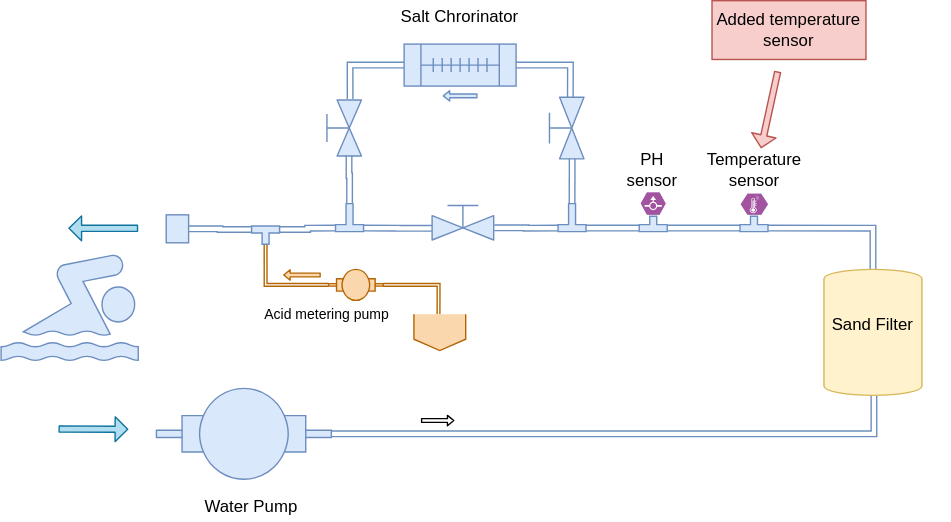
The draw.io diagram doc/medias/swimming-pool-installation.svg in jeayacks/poolcontrol, before a commit. Source tidied: cells renumbered, new cells last; positions are measured from the earlier drawing's top-left corner, leaving out a move shared by most shapes.
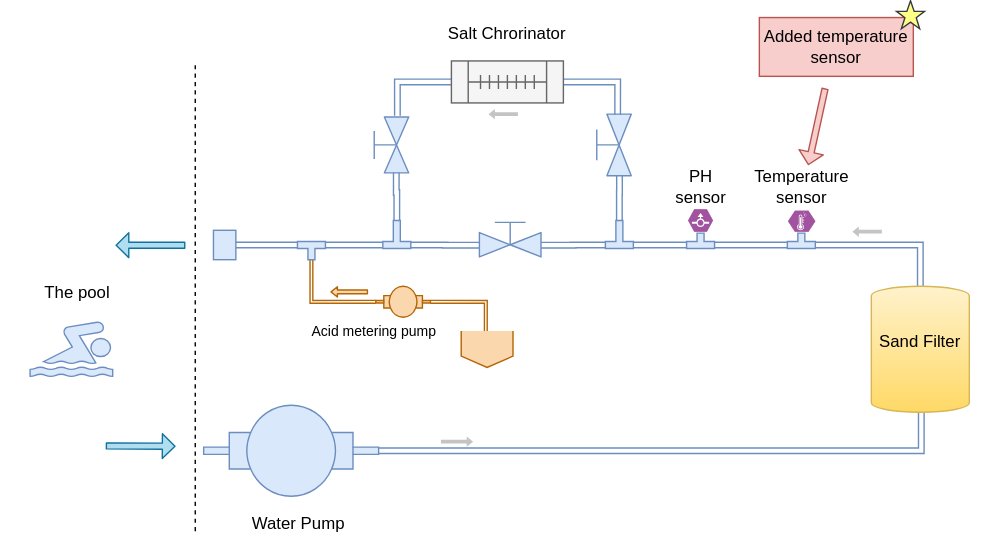
The same file after the commit.

What changed in the source:
```diff
@@ -11,13 +11,13 @@
     <mxCell id="4" style="edgeStyle=orthogonalEdgeStyle;rounded=0;jettySize=auto;html=1;endArrow=none;endFill=0;shape=link;width=4;exitX=0;exitY=0;exitDx=0;exitDy=2.5;exitPerimeter=0;fillColor=#dae8fc;strokeColor=#6c8ebf;" parent="1" edge="1" source="26" target="7">
       <mxGeometry relative="1" as="geometry" />
     </mxCell>
-    <mxCell id="5" style="edgeStyle=orthogonalEdgeStyle;shape=link;rounded=0;jettySize=auto;html=1;entryX=0;entryY=0;entryDx=20;entryDy=2.5;entryPerimeter=0;endArrow=none;endFill=0;exitX=1.01;exitY=0.7;exitDx=0;exitDy=0;exitPerimeter=0;fillColor=#dae8fc;strokeColor=#6c8ebf;" parent="1" edge="1" source="6" target="18">
+    <mxCell id="5" style="edgeStyle=orthogonalEdgeStyle;shape=link;rounded=0;jettySize=auto;html=1;entryX=0;entryY=0;entryDx=20;entryDy=2.5;entryPerimeter=0;endArrow=none;endFill=0;fillColor=#dae8fc;strokeColor=#6c8ebf;exitX=1;exitY=0.712;exitDx=0;exitDy=0;exitPerimeter=0;" parent="1" edge="1" source="6" target="18">
       <mxGeometry relative="1" as="geometry" />
     </mxCell>
     <mxCell id="6" style="verticalLabelPosition=bottom;align=center;html=1;verticalAlign=top;dashed=0;shape=mxgraph.pid2valves.valve;valveType=gate;actuator=man;fillColor=#dae8fc;strokeColor=#6c8ebf;" parent="1" vertex="1">
       <mxGeometry x="308" y="142" width="44" height="29" as="geometry" />
     </mxCell>
-    <mxCell id="7" style="shape=mxgraph.pid.vessels.pressurized_vessel;html=1;align=center;verticalLabelPosition=bottom;verticalAlign=top;dashed=0;fillColor=#fff2cc;strokeColor=#d6b656;" parent="1" vertex="1">
+    <mxCell id="7" style="shape=mxgraph.pid.vessels.pressurized_vessel;html=1;align=center;verticalLabelPosition=bottom;verticalAlign=top;dashed=0;fillColor=#fff2cc;strokeColor=#d6b656;gradientColor=#ffd966;" parent="1" vertex="1">
       <mxGeometry x="588" y="192" width="70" height="90" as="geometry" />
     </mxCell>
     <mxCell id="8" style="shape=flexArrow;endArrow=classic;html=1;endWidth=12.38095238095238;endSize=2.67;width=4.333333333333333;fillColor=#b1ddf0;strokeColor=#10739e;" parent="1" edge="1">
@@ -33,10 +33,10 @@
       </mxGeometry>
     </mxCell>
     <mxCell id="10" style="shape=mxgraph.signs.sports.swimming_1;html=1;verticalLabelPosition=bottom;verticalAlign=top;align=center;fillColor=#dae8fc;strokeColor=#6c8ebf;" parent="1" vertex="1">
-      <mxGeometry y="182" width="98" height="75" as="geometry" />
+      <mxGeometry x="-13" y="217.7" width="59" height="38.6" as="geometry" />
     </mxCell>
     <mxCell id="11" style="rounded=0;whiteSpace=wrap;html=1;fillColor=#dae8fc;strokeColor=#6c8ebf;" parent="1" vertex="1">
-      <mxGeometry x="118" y="153" width="16" height="20" as="geometry" />
+      <mxGeometry x="118" y="152" width="16" height="21" as="geometry" />
     </mxCell>
     <mxCell id="12" style="verticalLabelPosition=bottom;align=center;html=1;verticalAlign=top;dashed=0;shape=mxgraph.pid2valves.valve;valveType=gate;actuator=man;rotation=-90;fillColor=#dae8fc;strokeColor=#6c8ebf;" parent="1" vertex="1">
       <mxGeometry x="223" y="76.5" width="40" height="29" as="geometry" />
@@ -65,7 +65,7 @@
     <mxCell id="20" style="edgeStyle=orthogonalEdgeStyle;shape=link;rounded=0;jettySize=auto;html=1;entryX=1.019;entryY=0.721;entryDx=0;entryDy=0;entryPerimeter=0;endArrow=none;endFill=0;fillColor=#dae8fc;strokeColor=#6c8ebf;" parent="1" edge="1" source="21" target="12">
       <mxGeometry relative="1" as="geometry" />
     </mxCell>
-    <mxCell id="21" style="shape=mxgraph.pid.heat_exchangers.heat_exchanger_(finned_tubes);html=1;align=center;verticalLabelPosition=bottom;verticalAlign=top;dashed=0;fillColor=#dae8fc;strokeColor=#6c8ebf;" parent="1" vertex="1">
+    <mxCell id="21" style="shape=mxgraph.pid.heat_exchangers.heat_exchanger_(finned_tubes);html=1;align=center;verticalLabelPosition=bottom;verticalAlign=top;dashed=0;fillColor=#f5f5f5;strokeColor=#666666;fontColor=#333333;" parent="1" vertex="1">
       <mxGeometry x="288" y="31" width="80" height="30" as="geometry" />
     </mxCell>
     <mxCell id="22" value="Salt Chrorinator" style="text;html=1;strokeColor=none;fillColor=none;align=center;verticalAlign=middle;whiteSpace=wrap;rounded=0;" parent="1" vertex="1">
@@ -108,7 +108,7 @@
       <mxGeometry relative="1" as="geometry" />
     </mxCell>
     <mxCell id="35" style="shape=tee;whiteSpace=wrap;html=1;rotation=0;dx=5;dy=5;fillColor=#dae8fc;strokeColor=#6c8ebf;" parent="1" vertex="1">
-      <mxGeometry x="179" y="161" width="20" height="13" as="geometry" />
+      <mxGeometry x="178" y="160" width="20" height="13" as="geometry" />
     </mxCell>
     <mxCell id="36" value="Water Pump" style="text;html=1;strokeColor=none;fillColor=none;align=center;verticalAlign=middle;whiteSpace=wrap;rounded=0;" parent="1" vertex="1">
       <mxGeometry x="124" y="352" width="110" height="20" as="geometry" />
@@ -128,18 +128,12 @@
     <mxCell id="40" style="shape=mxgraph.pid.vessels.settling_tank;html=1;align=center;verticalLabelPosition=bottom;verticalAlign=top;dashed=0;fillColor=#fad7ac;strokeColor=#b46504;" parent="1" vertex="1">
       <mxGeometry x="295" y="224" width="37" height="26" as="geometry" />
     </mxCell>
-    <mxCell id="41" style="shape=flexArrow;endArrow=classic;html=1;endWidth=3.713646532438479;endSize=1.1838926174496645;width=2.684563758389262;" parent="1" edge="1">
+    <mxCell id="41" style="shape=flexArrow;endArrow=classic;html=1;endWidth=3.713646532438479;endSize=1.1838926174496645;width=2.684563758389262;strokeColor=none;fillColor=#C4C4C4;" parent="1" edge="1">
       <mxGeometry relative="1" as="geometry">
-        <mxPoint x="300" y="300" as="sourcePoint" />
-        <mxPoint x="324" y="300" as="targetPoint" />
+        <mxPoint x="280" y="303" as="sourcePoint" />
+        <mxPoint x="304" y="303" as="targetPoint" />
       </mxGeometry>
     </mxCell>
-    <mxCell id="42" style="shape=flexArrow;endArrow=classic;html=1;endWidth=3.713646532438479;endSize=1.1838926174496645;width=2.684563758389262;fillColor=#dae8fc;strokeColor=#6c8ebf;" parent="1" edge="1">
-      <mxGeometry relative="1" as="geometry">
-        <mxPoint x="340.5" y="68" as="sourcePoint" />
-        <mxPoint x="315.5" y="68" as="targetPoint" />
-      </mxGeometry>
-    </mxCell>
     <mxCell id="43" value="Acid metering pump" style="text;html=1;fillColor=none;align=center;verticalAlign=middle;whiteSpace=wrap;rounded=0;fontSize=10;" parent="1" vertex="1">
       <mxGeometry x="178" y="214.1" width="110" height="20" as="geometry" />
     </mxCell>
@@ -152,5 +146,29 @@
     <mxCell id="45" value="Added temperature sensor" style="text;html=1;strokeColor=#b85450;fillColor=#f8cecc;align=center;verticalAlign=middle;whiteSpace=wrap;rounded=0;" parent="1" vertex="1">
       <mxGeometry x="508" width="110" height="42" as="geometry" />
     </mxCell>
+    <mxCell id="46" style="dashed=0;verticalLabelPosition=bottom;verticalAlign=top;align=center;shape=mxgraph.gmdl.star;strokeColor=#36393d;fillColor=#ffff88;shadow=0;fontSize=10;" parent="1" vertex="1">
+      <mxGeometry x="606" y="-12" width="20" height="20" as="geometry" />
+    </mxCell>
+    <mxCell id="47" value="The pool" style="text;html=1;strokeColor=none;fillColor=none;align=center;verticalAlign=middle;whiteSpace=wrap;rounded=0;" parent="1" vertex="1">
+      <mxGeometry x="-34" y="187" width="110" height="20" as="geometry" />
+    </mxCell>
+    <mxCell id="48" style="endArrow=none;dashed=1;html=1;fontSize=10;" parent="1" edge="1">
+      <mxGeometry relative="1" as="geometry">
+        <mxPoint x="105" y="367" as="sourcePoint" />
+        <mxPoint x="105" y="34" as="targetPoint" />
+      </mxGeometry>
+    </mxCell>
+    <mxCell id="49" style="shape=flexArrow;endArrow=classic;html=1;endWidth=3.713646532438479;endSize=1.1838926174496645;width=2.684563758389262;strokeColor=none;fillColor=#C4C4C4;" parent="1" edge="1">
+      <mxGeometry relative="1" as="geometry">
+        <mxPoint x="596" y="153" as="sourcePoint" />
+        <mxPoint x="574" y="153" as="targetPoint" />
+      </mxGeometry>
+    </mxCell>
+    <mxCell id="50" style="shape=flexArrow;endArrow=classic;html=1;endWidth=3.713646532438479;endSize=1.1838926174496645;width=2.684563758389262;strokeColor=none;fillColor=#C4C4C4;" parent="1" edge="1">
+      <mxGeometry relative="1" as="geometry">
+        <mxPoint x="336" y="69" as="sourcePoint" />
+        <mxPoint x="314" y="69" as="targetPoint" />
+      </mxGeometry>
+    </mxCell>
   </root>
 </mxGraphModel>
```
